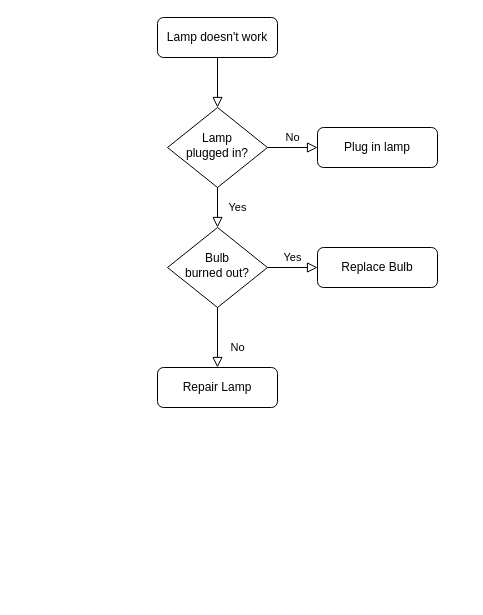
The draw.io diagram 未命名绘图.drawio in SIGEER2222/1, before the edit. Source tidied: cells renumbered, new cells numbered last; positions are measured from the earlier drawing's top-left corner, leaving out a move shared by most shapes. Both pictures are drawn from the tidied source at 100%, with x=0, y=0 at pixel (157, 17).
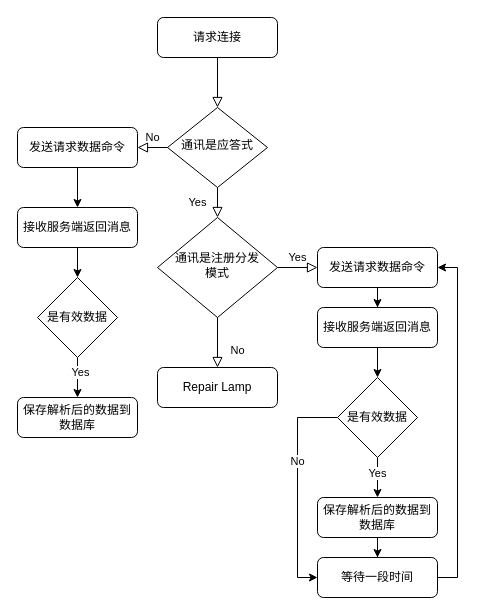
After the change.

Commit message (it also covers changes not shown here):
更新未命名绘图.drawio

Change to the diagram source:
```diff
@@
-    <mxCell id="3" value="Lamp doesn't work" style="rounded=1;whiteSpace=wrap;html=1;fontSize=12;glass=0;strokeWidth=1;shadow=0;" parent="1" vertex="1">
+    <mxCell id="3" value="请求连接" style="rounded=1;whiteSpace=wrap;html=1;fontSize=12;glass=0;strokeWidth=1;shadow=0;" parent="1" vertex="1">
       <mxGeometry width="120" height="40" as="geometry" />
     </mxCell>
@@
-    <mxCell id="6" value="Lamp&lt;br&gt;plugged in?" style="rhombus;whiteSpace=wrap;html=1;shadow=0;fontFamily=Helvetica;fontSize=12;align=center;strokeWidth=1;spacing=6;spacingTop=-4;" parent="1" vertex="1">
+    <mxCell id="6" value="通讯是应答式" style="rhombus;whiteSpace=wrap;html=1;shadow=0;fontFamily=Helvetica;fontSize=12;align=center;strokeWidth=1;spacing=6;spacingTop=-4;" parent="1" vertex="1">
       <mxGeometry x="10" y="90" width="100" height="80" as="geometry" />
     </mxCell>
+    <mxCell id="13" style="edgeStyle=orthogonalEdgeStyle;rounded=0;jettySize=auto;html=1;entryX=0.5;entryY=0;entryDx=0;entryDy=0;" parent="1" edge="1" source="7" target="22">
+      <mxGeometry relative="1" as="geometry" />
+    </mxCell>
-    <mxCell id="7" value="Plug in lamp" style="rounded=1;whiteSpace=wrap;html=1;fontSize=12;glass=0;strokeWidth=1;shadow=0;" parent="1" vertex="1">
-      <mxGeometry x="160" y="110" width="120" height="40" as="geometry" />
+    <mxCell id="7" value="发送请求数据命令" style="rounded=1;whiteSpace=wrap;html=1;fontSize=12;glass=0;strokeWidth=1;shadow=0;" parent="1" vertex="1">
+      <mxGeometry x="-140" y="110" width="120" height="40" as="geometry" />
     </mxCell>
@@
-    <mxCell id="10" value="Bulb&lt;br&gt;burned out?" style="rhombus;whiteSpace=wrap;html=1;shadow=0;fontFamily=Helvetica;fontSize=12;align=center;strokeWidth=1;spacing=6;spacingTop=-4;" parent="1" vertex="1">
-      <mxGeometry x="10" y="210" width="100" height="80" as="geometry" />
+    <mxCell id="10" value="通讯是注册分发&lt;br&gt;模式" style="rhombus;whiteSpace=wrap;html=1;shadow=0;fontFamily=Helvetica;fontSize=12;align=center;strokeWidth=1;spacing=6;spacingTop=-4;" parent="1" vertex="1">
+      <mxGeometry y="200" width="120" height="100" as="geometry" />
     </mxCell>
@@
+    <mxCell id="14" style="edgeStyle=orthogonalEdgeStyle;rounded=0;jettySize=auto;html=1;" parent="1" edge="1" source="12" target="16">
+      <mxGeometry relative="1" as="geometry" />
+    </mxCell>
-    <mxCell id="12" value="Replace Bulb" style="rounded=1;whiteSpace=wrap;html=1;fontSize=12;glass=0;strokeWidth=1;shadow=0;" parent="1" vertex="1">
+    <mxCell id="12" value="发送请求数据命令" style="rounded=1;whiteSpace=wrap;html=1;fontSize=12;glass=0;strokeWidth=1;shadow=0;" parent="1" vertex="1">
       <mxGeometry x="160" y="230" width="120" height="40" as="geometry" />
     </mxCell>
+    <mxCell id="15" style="edgeStyle=orthogonalEdgeStyle;rounded=0;jettySize=auto;html=1;" parent="1" edge="1" source="16" target="28">
+      <mxGeometry relative="1" as="geometry" />
+    </mxCell>
+    <mxCell id="16" value="接收服务端返回消息" style="whiteSpace=wrap;html=1;rounded=1;glass=0;strokeWidth=1;shadow=0;" parent="1" vertex="1">
+      <mxGeometry x="160" y="290" width="120" height="40" as="geometry" />
+    </mxCell>
+    <mxCell id="17" style="edgeStyle=orthogonalEdgeStyle;rounded=0;jettySize=auto;html=1;" parent="1" edge="1" source="18" target="20">
+      <mxGeometry relative="1" as="geometry" />
+    </mxCell>
+    <mxCell id="18" value="保存解析后的数据到数据库" style="whiteSpace=wrap;html=1;rounded=1;glass=0;strokeWidth=1;shadow=0;" parent="1" vertex="1">
+      <mxGeometry x="160" y="480" width="120" height="40" as="geometry" />
+    </mxCell>
+    <mxCell id="19" style="edgeStyle=orthogonalEdgeStyle;rounded=0;jettySize=auto;html=1;entryX=1;entryY=0.5;entryDx=0;entryDy=0;" parent="1" edge="1" source="20" target="12">
+      <mxGeometry relative="1" as="geometry">
+        <Array as="points">
+          <mxPoint x="300" y="560" />
+          <mxPoint x="300" y="250" />
+        </Array>
+      </mxGeometry>
+    </mxCell>
+    <mxCell id="20" value="等待一段时间" style="whiteSpace=wrap;html=1;rounded=1;glass=0;strokeWidth=1;shadow=0;" parent="1" vertex="1">
+      <mxGeometry x="160" y="540" width="120" height="40" as="geometry" />
+    </mxCell>
+    <mxCell id="21" style="edgeStyle=orthogonalEdgeStyle;rounded=0;jettySize=auto;html=1;" parent="1" edge="1" source="22" target="31">
+      <mxGeometry relative="1" as="geometry" />
+    </mxCell>
+    <mxCell id="22" value="接收服务端返回消息" style="whiteSpace=wrap;html=1;rounded=1;glass=0;strokeWidth=1;shadow=0;" parent="1" vertex="1">
+      <mxGeometry x="-140" y="190" width="120" height="40" as="geometry" />
+    </mxCell>
+    <mxCell id="23" value="保存解析后的数据到数据库" style="whiteSpace=wrap;html=1;rounded=1;glass=0;strokeWidth=1;shadow=0;" parent="1" vertex="1">
+      <mxGeometry x="-140" y="380" width="120" height="40" as="geometry" />
+    </mxCell>
+    <mxCell id="24" style="edgeStyle=orthogonalEdgeStyle;rounded=0;jettySize=auto;html=1;entryX=0.5;entryY=0;entryDx=0;entryDy=0;" parent="1" edge="1" source="28" target="18">
+      <mxGeometry relative="1" as="geometry" />
+    </mxCell>
+    <mxCell id="25" value="Yes" style="edgeLabel;html=1;align=center;verticalAlign=middle;" parent="24" vertex="1">
+      <mxGeometry x="-0.25" y="-1" relative="1" as="geometry" />
+    </mxCell>
+    <mxCell id="26" style="edgeStyle=orthogonalEdgeStyle;rounded=0;jettySize=auto;html=1;entryX=0;entryY=0.5;entryDx=0;entryDy=0;" parent="1" edge="1" source="28" target="20">
+      <mxGeometry relative="1" as="geometry">
+        <Array as="points">
+          <mxPoint x="140" y="400" />
+          <mxPoint x="140" y="560" />
+        </Array>
+      </mxGeometry>
+    </mxCell>
+    <mxCell id="27" value="No" style="edgeLabel;html=1;align=center;verticalAlign=middle;" parent="26" vertex="1">
+      <mxGeometry x="-0.25" y="-1" relative="1" as="geometry" />
+    </mxCell>
+    <mxCell id="28" value="是有效数据" style="rhombus;whiteSpace=wrap;html=1;" parent="1" vertex="1">
+      <mxGeometry x="180" y="360" width="80" height="80" as="geometry" />
+    </mxCell>
+    <mxCell id="29" style="edgeStyle=orthogonalEdgeStyle;rounded=0;jettySize=auto;html=1;entryX=0.5;entryY=0;entryDx=0;entryDy=0;" parent="1" edge="1" source="31" target="23">
+      <mxGeometry relative="1" as="geometry" />
+    </mxCell>
+    <mxCell id="30" value="Yes" style="edgeLabel;html=1;align=center;verticalAlign=middle;" parent="29" vertex="1">
+      <mxGeometry x="-0.3" y="2" relative="1" as="geometry" />
+    </mxCell>
+    <mxCell id="31" value="是有效数据" style="rhombus;whiteSpace=wrap;html=1;" parent="1" vertex="1">
+      <mxGeometry x="-120" y="260" width="80" height="80" as="geometry" />
+    </mxCell>
```
